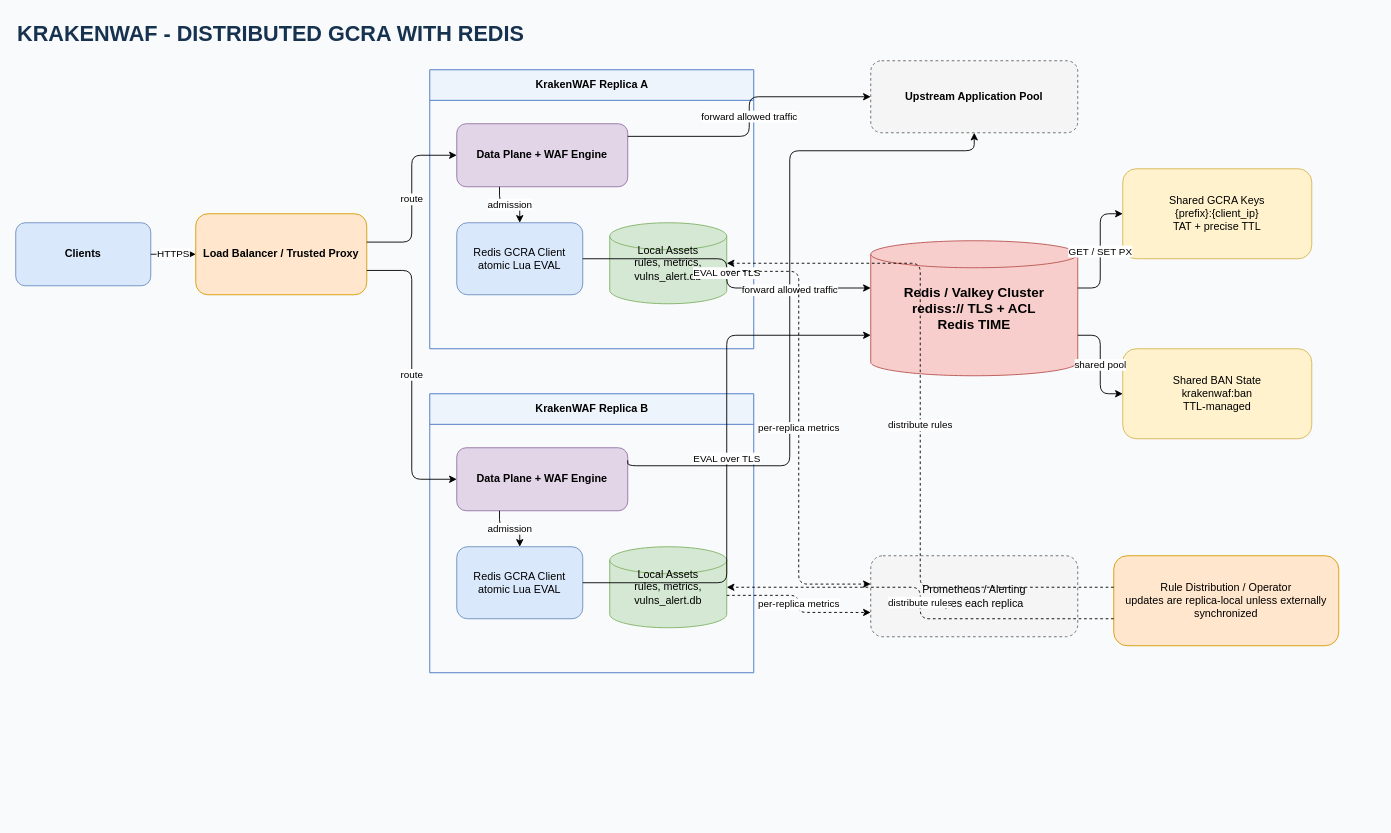
Orangewarrior/KrakenWaf keeps this draw.io diagram as docs/diagrams/krakenwaf-redis-architecture.drawio. Above is the earlier version. Source tidied: cells renumbered, new cells numbered last; positions are measured from the earlier drawing's top-left corner, leaving out a move shared by most shapes. Both pictures are drawn from the tidied source at 90%, with x=0, y=0 at pixel (15, 15).
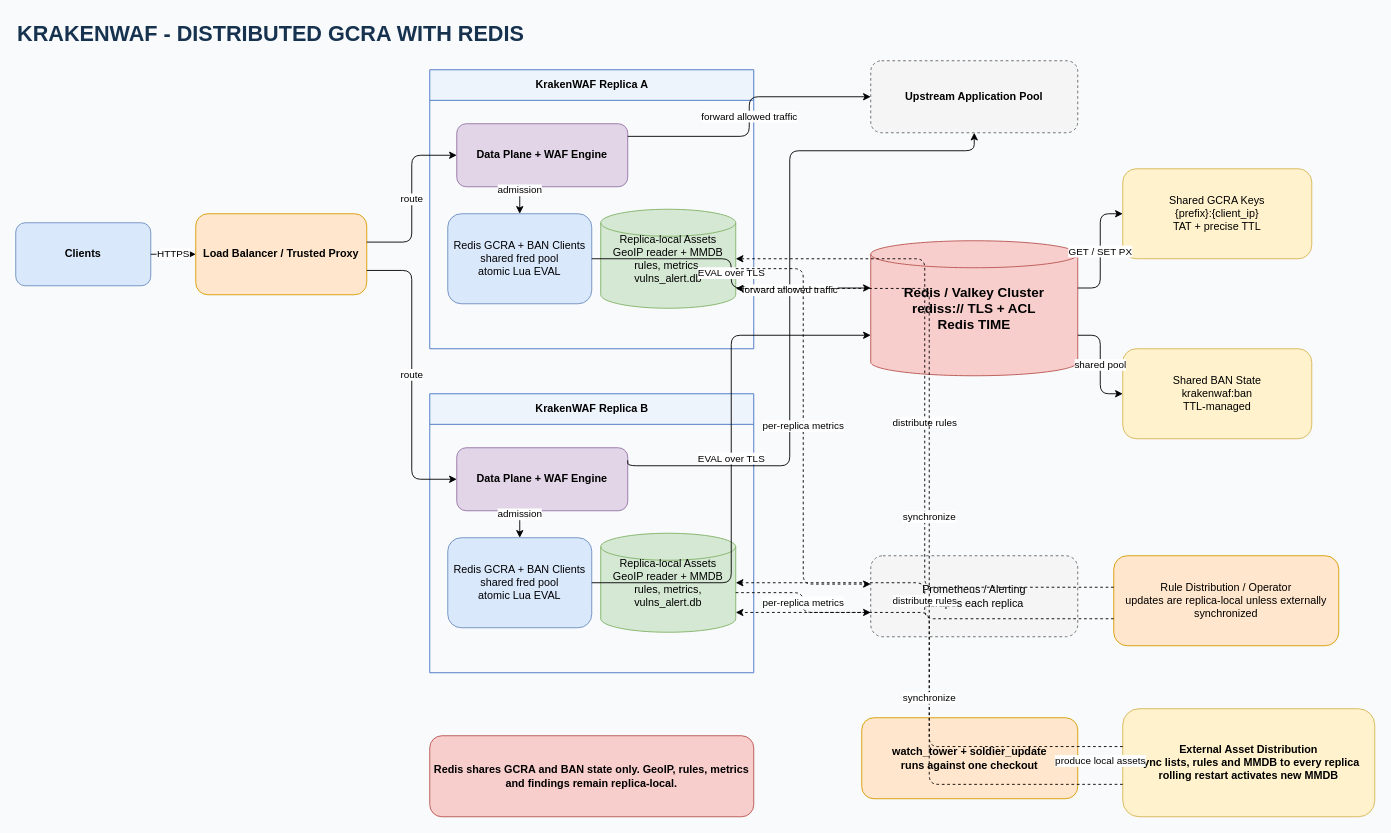
After the change.

Unchanged cells that the change refers to:
```xml
<mxCell id="5" value="KrakenWAF Replica A" style="swimlane;startSize=34;html=1;fillColor=#edf4fc;strokeColor=#4472c4;fontStyle=1;" parent="1" vertex="1">
  <mxGeometry x="460" y="60" width="360" height="310" as="geometry" />
</mxCell>
<mxCell id="9" value="KrakenWAF Replica B" style="swimlane;startSize=34;html=1;fillColor=#edf4fc;strokeColor=#4472c4;fontStyle=1;" parent="1" vertex="1">
  <mxGeometry x="460" y="420" width="360" height="310" as="geometry" />
</mxCell>
```

What changed in the source:
```diff
@@
-    <mxCell id="7" value="Redis GCRA Client&#10;atomic Lua EVAL" style="rounded=1;whiteSpace=wrap;html=1;fillColor=#dae8fc;strokeColor=#6c8ebf;" parent="5" vertex="1">
-      <mxGeometry x="30" y="170" width="140" height="80" as="geometry" />
+    <mxCell id="7" value="Redis GCRA + BAN Clients&#10;shared fred pool&#10;atomic Lua EVAL" style="rounded=1;whiteSpace=wrap;html=1;fillColor=#dae8fc;strokeColor=#6c8ebf;" parent="5" vertex="1">
+      <mxGeometry x="20" y="160" width="160" height="100" as="geometry" />
     </mxCell>
-    <mxCell id="8" value="Local Assets&#10;rules, metrics, vulns_alert.db" style="shape=cylinder3;whiteSpace=wrap;html=1;fillColor=#d5e8d4;strokeColor=#82b366;" parent="5" vertex="1">
-      <mxGeometry x="200" y="170" width="130" height="90" as="geometry" />
+    <mxCell id="8" value="Replica-local Assets&#10;GeoIP reader + MMDB&#10;rules, metrics, vulns_alert.db" style="shape=cylinder3;whiteSpace=wrap;html=1;fillColor=#d5e8d4;strokeColor=#82b366;" parent="5" vertex="1">
+      <mxGeometry x="190" y="155" width="150" height="110" as="geometry" />
     </mxCell>
@@
-    <mxCell id="11" value="Redis GCRA Client&#10;atomic Lua EVAL" style="rounded=1;whiteSpace=wrap;html=1;fillColor=#dae8fc;strokeColor=#6c8ebf;" parent="9" vertex="1">
-      <mxGeometry x="30" y="170" width="140" height="80" as="geometry" />
+    <mxCell id="11" value="Redis GCRA + BAN Clients&#10;shared fred pool&#10;atomic Lua EVAL" style="rounded=1;whiteSpace=wrap;html=1;fillColor=#dae8fc;strokeColor=#6c8ebf;" parent="9" vertex="1">
+      <mxGeometry x="20" y="160" width="160" height="100" as="geometry" />
     </mxCell>
-    <mxCell id="12" value="Local Assets&#10;rules, metrics, vulns_alert.db" style="shape=cylinder3;whiteSpace=wrap;html=1;fillColor=#d5e8d4;strokeColor=#82b366;" parent="9" vertex="1">
-      <mxGeometry x="200" y="170" width="130" height="90" as="geometry" />
+    <mxCell id="12" value="Replica-local Assets&#10;GeoIP reader + MMDB&#10;rules, metrics, vulns_alert.db" style="shape=cylinder3;whiteSpace=wrap;html=1;fillColor=#d5e8d4;strokeColor=#82b366;" parent="9" vertex="1">
+      <mxGeometry x="190" y="155" width="150" height="110" as="geometry" />
     </mxCell>
@@
+    <mxCell id="34" value="watch_tower + soldier_update&#10;runs against one checkout" style="rounded=1;whiteSpace=wrap;html=1;fillColor=#ffe6cc;strokeColor=#d79b00;fontStyle=1;" parent="1" vertex="1">
+      <mxGeometry x="940" y="780" width="240" height="90" as="geometry" />
+    </mxCell>
+    <mxCell id="35" value="External Asset Distribution&#10;sync lists, rules and MMDB to every replica&#10;rolling restart activates new MMDB" style="rounded=1;whiteSpace=wrap;html=1;fillColor=#fff2cc;strokeColor=#d6b656;fontStyle=1;" parent="1" vertex="1">
+      <mxGeometry x="1230" y="770" width="280" height="120" as="geometry" />
+    </mxCell>
+    <mxCell id="36" value="Redis shares GCRA and BAN state only. GeoIP, rules, metrics and findings remain replica-local." style="rounded=1;whiteSpace=wrap;html=1;fillColor=#f8cecc;strokeColor=#b85450;fontStyle=1;" parent="1" vertex="1">
+      <mxGeometry x="460" y="800" width="360" height="90" as="geometry" />
+    </mxCell>
@@
+    <mxCell id="37" value="produce local assets" style="edgeStyle=orthogonalEdgeStyle;rounded=1;jettySize=auto;html=1;dashed=1;exitX=1;exitY=0.5;entryX=0;entryY=0.5;" parent="1" edge="1" source="34" target="35">
+      <mxGeometry relative="1" as="geometry" />
+    </mxCell>
+    <mxCell id="38" value="synchronize" style="edgeStyle=orthogonalEdgeStyle;rounded=1;jettySize=auto;html=1;dashed=1;exitX=0;exitY=0.35;entryX=1;entryY=0.8;" parent="1" edge="1" source="35" target="8">
+      <mxGeometry relative="1" as="geometry" />
+    </mxCell>
+    <mxCell id="39" value="synchronize" style="edgeStyle=orthogonalEdgeStyle;rounded=1;jettySize=auto;html=1;dashed=1;exitX=0;exitY=0.7;entryX=1;entryY=0.8;" parent="1" edge="1" source="35" target="12">
+      <mxGeometry relative="1" as="geometry" />
+    </mxCell>
```
